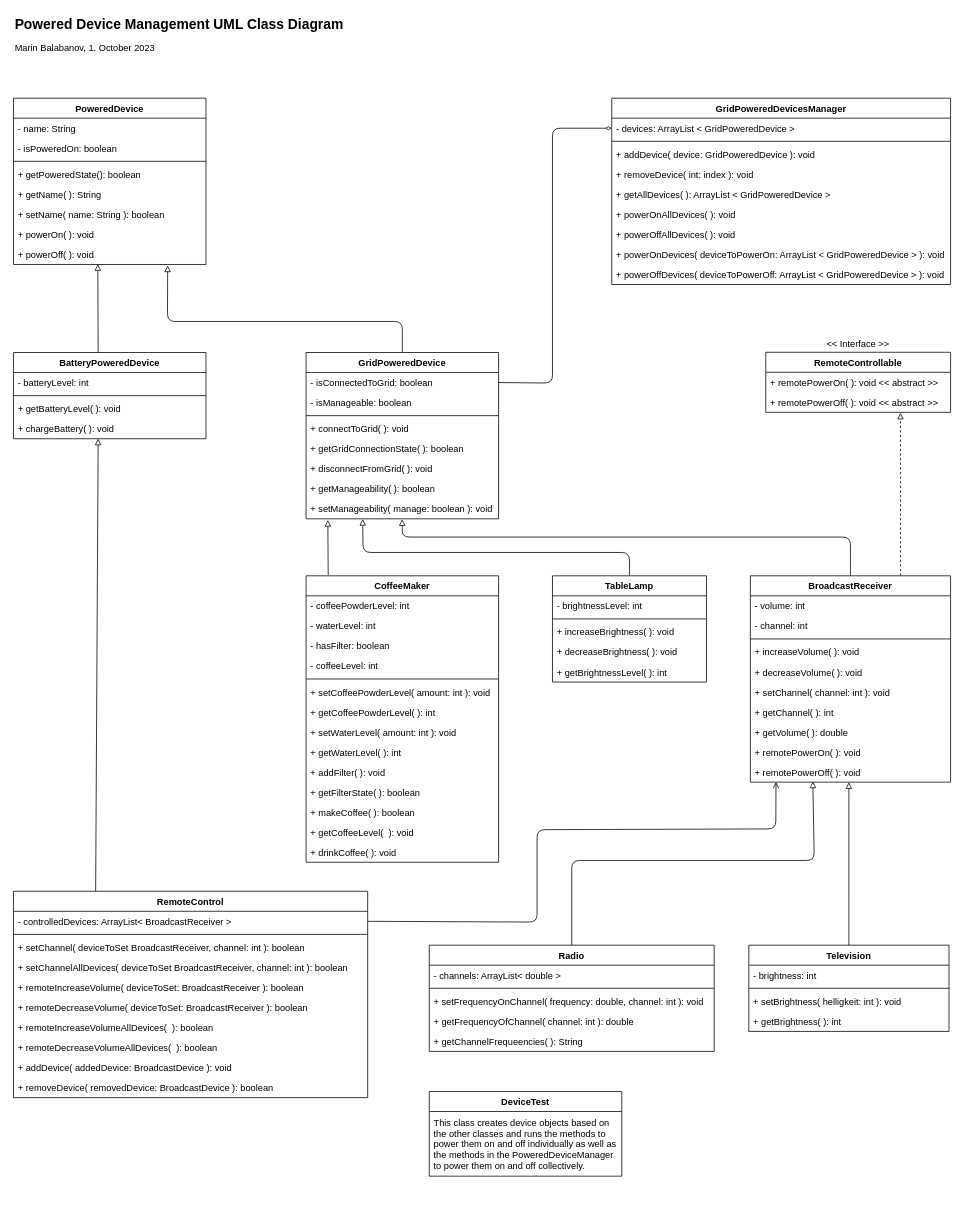
Earlier version of the draw.io diagram DevicesUML.drawio (mbalabanov/Devices). Source tidied: cells renumbered, new cells numbered last; positions are measured from the earlier drawing's top-left corner, leaving out a move shared by most shapes. Both pictures are drawn from the tidied source at 77%, with x=0, y=0 at pixel (13, 13).
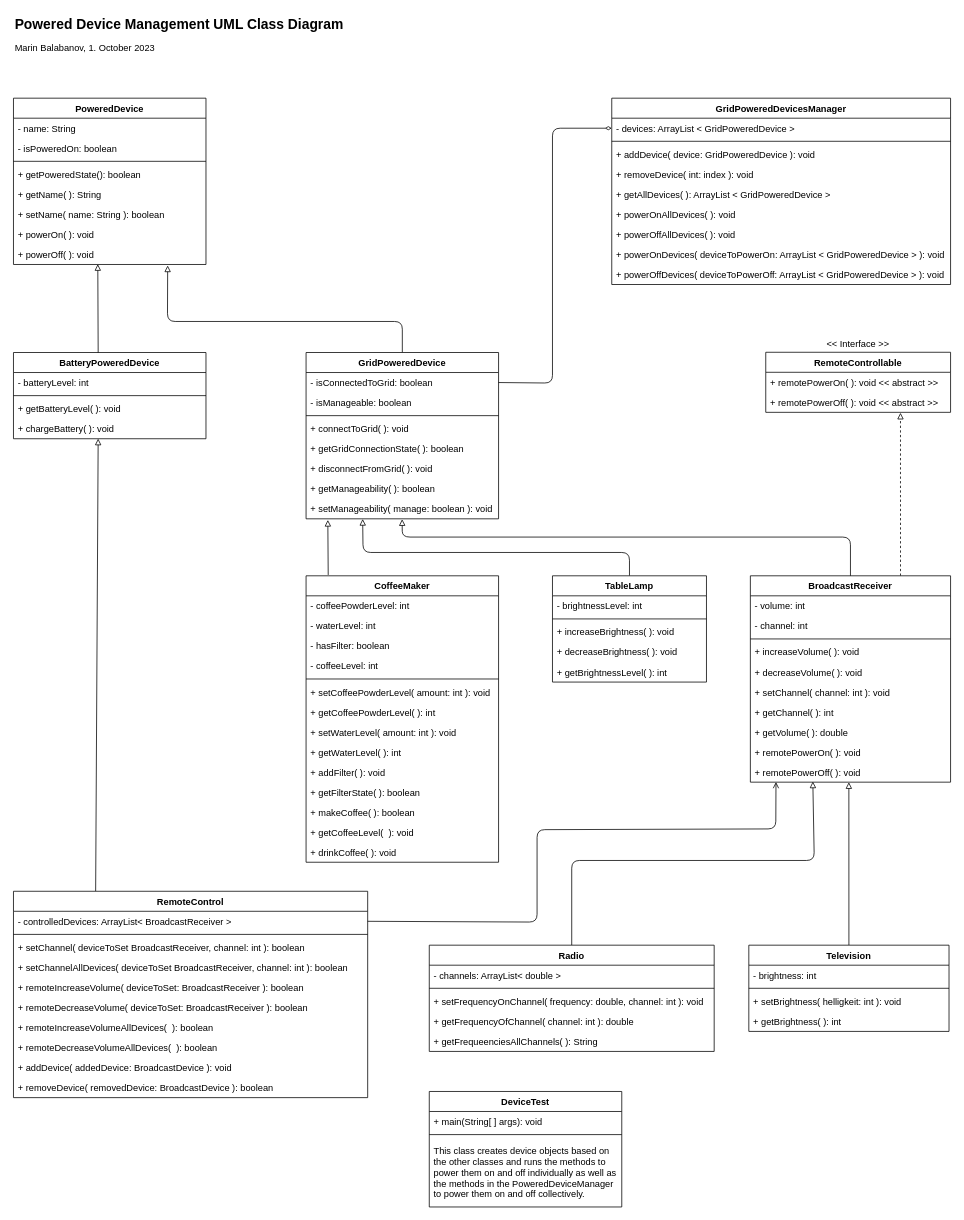
After the change.

Commit message (it also covers changes not shown here):
Corrects diagram

The change refers to these unchanged cells:
```xml
<mxCell id="13" value="Radio" style="swimlane;fontStyle=1;align=center;verticalAlign=top;horizontal=1;startSize=26;" parent="1" vertex="1">
  <mxGeometry x="540" y="1210" width="370" height="138" as="geometry" />
</mxCell>
```

The edit, as a diff of the source:
```diff
@@
-    <mxCell id="18" value="+ getChannelFrequeencies( ): String" style="text;strokeColor=none;fillColor=none;align=left;verticalAlign=top;spacingLeft=4;spacingRight=4;overflow=hidden;" parent="13" vertex="1">
+    <mxCell id="18" value="+ getFrequeenciesAllChannels( ): String" style="text;strokeColor=none;fillColor=none;align=left;verticalAlign=top;spacingLeft=4;spacingRight=4;overflow=hidden;" parent="13" vertex="1">
       <mxGeometry y="112" width="370" height="26" as="geometry" />
     </mxCell>
@@
     <mxCell id="106" value="DeviceTest" style="swimlane;fontStyle=1;horizontal=1;startSize=26;fillColor=none;" parent="1" vertex="1">
-      <mxGeometry x="540" y="1400" width="250" height="110" as="geometry" />
+      <mxGeometry x="540" y="1400" width="250" height="150" as="geometry" />
     </mxCell>
+    <mxCell id="108" value="+ main(String[ ] args): void" style="text;strokeColor=none;fillColor=none;align=left;verticalAlign=top;spacingLeft=4;spacingRight=4;overflow=hidden;" parent="106" vertex="1">
+      <mxGeometry y="26" width="250" height="26" as="geometry" />
+    </mxCell>
+    <mxCell id="109" style="line;strokeWidth=1;fillColor=none;align=left;verticalAlign=middle;spacingTop=-1;spacingLeft=3;spacingRight=3;labelPosition=right;strokeColor=inherit;" parent="106" vertex="1">
+      <mxGeometry y="52" width="250" height="8" as="geometry" />
+    </mxCell>
     <mxCell id="107" value="This class creates device objects based on&#10;the other classes and runs the methods to&#10;power them on and off individually as well as&#10;the methods in the PoweredDeviceManager&#10;to power them on and off collectively." style="text;strokeColor=none;fillColor=none;align=left;verticalAlign=middle;spacingLeft=4;spacingRight=4;overflow=hidden;" parent="106" vertex="1">
-      <mxGeometry y="26" width="250" height="84" as="geometry" />
+      <mxGeometry y="60" width="250" height="90" as="geometry" />
     </mxCell>
```
